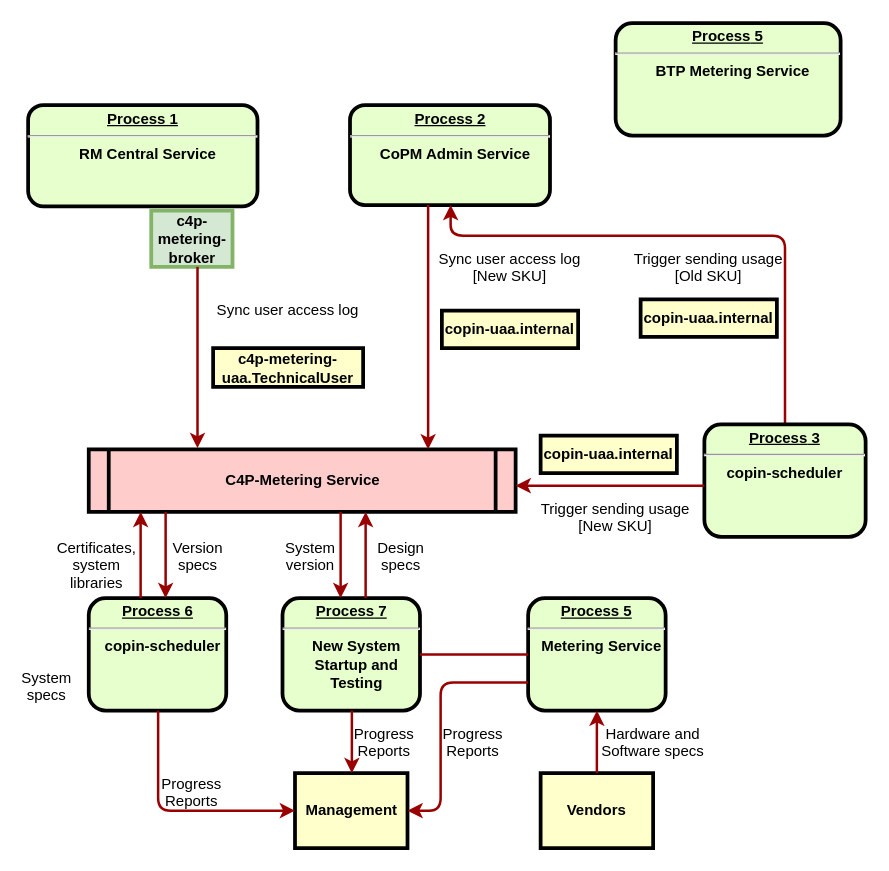
Above: Untitled Diagram.drawio in KarenChen96/ABAP (draw.io), before the change. Source tidied: cells renumbered, new cells numbered last; positions are measured from the earlier drawing's top-left corner, leaving out a move shared by most shapes. Both pictures are drawn from the tidied source at 125%, with x=0, y=0 at pixel (28, 22).
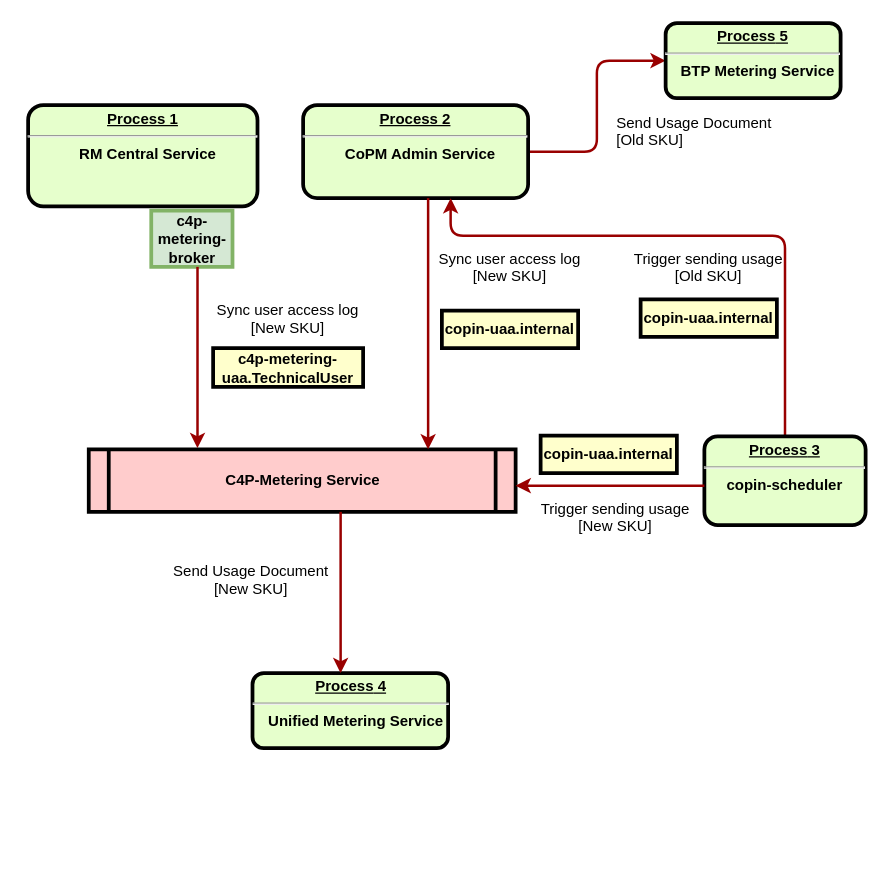
The same page after the edit.

Unchanged cells that the change refers to:
```xml
<mxCell id="4" value="C4P-Metering Service" style="shape=process;whiteSpace=wrap;align=center;verticalAlign=middle;size=0.0475;fontStyle=1;strokeWidth=3;fillColor=#FFCCCC;" parent="1" vertex="1">
  <mxGeometry x="48.5" y="341" width="341.5" height="50" as="geometry" />
</mxCell>
```

The edit, as a diff of the source:
```diff
@@
+    <mxCell id="43" style="edgeStyle=orthogonalEdgeStyle;rounded=1;jettySize=auto;html=1;entryX=0;entryY=0.5;entryDx=0;entryDy=0;strokeColor=#990000;strokeWidth=2;" parent="1" edge="1" source="5" target="42">
+      <mxGeometry relative="1" as="geometry" />
+    </mxCell>
     <mxCell id="5" value="&lt;p style=&quot;margin: 0px; margin-top: 4px; text-align: center; text-decoration: underline;&quot;&gt;&lt;strong&gt;Process 2&lt;br&gt;&lt;/strong&gt;&lt;/p&gt;&lt;hr&gt;&lt;p style=&quot;margin: 0px; margin-left: 8px;&quot;&gt;CoPM Admin Service&lt;br&gt;&lt;/p&gt;" style="verticalAlign=middle;align=center;overflow=fill;fontSize=12;fontFamily=Helvetica;html=1;rounded=1;fontStyle=1;strokeWidth=3;fillColor=#E6FFCC;" parent="1" vertex="1">
-      <mxGeometry x="257.5" y="65.5" width="160" height="80" as="geometry" />
+      <mxGeometry x="220" y="65.5" width="180" height="74.5" as="geometry" />
     </mxCell>
@@
     <mxCell id="7" value="&lt;p style=&quot;margin: 0px; margin-top: 4px; text-align: center; text-decoration: underline;&quot;&gt;&lt;strong&gt;&lt;strong&gt;Process&lt;/strong&gt; 3&lt;br&gt;&lt;/strong&gt;&lt;/p&gt;&lt;hr&gt;copin-scheduler" style="verticalAlign=middle;align=center;overflow=fill;fontSize=12;fontFamily=Helvetica;html=1;rounded=1;fontStyle=1;strokeWidth=3;fillColor=#E6FFCC;" parent="1" vertex="1">
-      <mxGeometry x="541" y="321" width="129" height="90" as="geometry" />
+      <mxGeometry x="541" y="330.5" width="129" height="71" as="geometry" />
     </mxCell>
-    <mxCell id="8" value="&lt;p style=&quot;margin: 0px; margin-top: 4px; text-align: center; text-decoration: underline;&quot;&gt;&lt;strong&gt;&lt;strong&gt;Process&lt;/strong&gt; 5&lt;br&gt;&lt;/strong&gt;&lt;/p&gt;&lt;hr&gt;&lt;p style=&quot;margin: 0px; margin-left: 8px;&quot;&gt;Metering Service&lt;/p&gt;" style="verticalAlign=middle;align=center;overflow=fill;fontSize=12;fontFamily=Helvetica;html=1;rounded=1;fontStyle=1;strokeWidth=3;fillColor=#E6FFCC;" parent="1" vertex="1">
-      <mxGeometry x="400" y="460" width="110" height="90" as="geometry" />
-    </mxCell>
-    <mxCell id="9" value="&lt;p style=&quot;margin: 0px; margin-top: 4px; text-align: center; text-decoration: underline;&quot;&gt;&lt;strong&gt;&lt;strong&gt;Process&lt;/strong&gt; 6&lt;br&gt;&lt;/strong&gt;&lt;/p&gt;&lt;hr&gt;&lt;p style=&quot;margin: 0px; margin-left: 8px;&quot;&gt;copin-scheduler&lt;/p&gt;" style="verticalAlign=middle;align=center;overflow=fill;fontSize=12;fontFamily=Helvetica;html=1;rounded=1;fontStyle=1;strokeWidth=3;fillColor=#E6FFCC;" parent="1" vertex="1">
-      <mxGeometry x="48.5" y="460" width="110" height="90" as="geometry" />
-    </mxCell>
-    <mxCell id="10" value="Management" style="whiteSpace=wrap;align=center;verticalAlign=middle;fontStyle=1;strokeWidth=3;fillColor=#FFFFCC;" parent="1" vertex="1">
-      <mxGeometry x="213.5" y="600" width="90" height="60" as="geometry" />
-    </mxCell>
@@
-    <mxCell id="12" value="Vendors" style="whiteSpace=wrap;align=center;verticalAlign=middle;fontStyle=1;strokeWidth=3;fillColor=#FFFFCC;" parent="1" vertex="1">
-      <mxGeometry x="410" y="600" width="90" height="60" as="geometry" />
-    </mxCell>
-    <mxCell id="13" value="&lt;p style=&quot;margin: 0px; margin-top: 4px; text-align: center; text-decoration: underline;&quot;&gt;&lt;strong&gt;&lt;strong&gt;Process&lt;/strong&gt; 7&lt;br /&gt;&lt;/strong&gt;&lt;/p&gt;&lt;hr /&gt;&lt;p style=&quot;margin: 0px; margin-left: 8px;&quot;&gt;New System&lt;/p&gt;&lt;p style=&quot;margin: 0px; margin-left: 8px;&quot;&gt;Startup and&lt;/p&gt;&lt;p style=&quot;margin: 0px; margin-left: 8px;&quot;&gt;Testing&lt;/p&gt;" style="verticalAlign=middle;align=center;overflow=fill;fontSize=12;fontFamily=Helvetica;html=1;rounded=1;fontStyle=1;strokeWidth=3;fillColor=#E6FFCC;" parent="1" vertex="1">
-      <mxGeometry x="203.5" y="460" width="110" height="90" as="geometry" />
+    <mxCell id="13" value="&lt;p style=&quot;margin: 0px; margin-top: 4px; text-align: center; text-decoration: underline;&quot;&gt;&lt;strong&gt;&lt;strong&gt;Process&lt;/strong&gt;&amp;nbsp;4&lt;br&gt;&lt;/strong&gt;&lt;/p&gt;&lt;hr&gt;&lt;p style=&quot;margin: 0px; margin-left: 8px;&quot;&gt;Unified Metering Service&lt;/p&gt;" style="verticalAlign=middle;align=center;overflow=fill;fontSize=12;fontFamily=Helvetica;html=1;rounded=1;fontStyle=1;strokeWidth=3;fillColor=#E6FFCC;" parent="1" vertex="1">
+      <mxGeometry x="179.5" y="520" width="156.5" height="60" as="geometry" />
     </mxCell>
-    <mxCell id="14" style="endArrow=none;noEdgeStyle=1;strokeColor=#990000;strokeWidth=2;" parent="1" edge="1" source="8" target="13">
-      <mxGeometry relative="1" as="geometry" />
-    </mxCell>
@@
-    <mxCell id="19" style="edgeStyle=elbowEdgeStyle;elbow=horizontal;strokeColor=#990000;strokeWidth=2;" parent="1" edge="1" source="12" target="8">
-      <mxGeometry relative="1" as="geometry" />
-    </mxCell>
-    <mxCell id="20" value="Hardware and&#10;Software specs" style="text;spacingTop=-5;align=center;" parent="1" vertex="1">
-      <mxGeometry x="485" y="560" width="30" height="20" as="geometry" />
-    </mxCell>
-    <mxCell id="21" style="edgeStyle=elbowEdgeStyle;elbow=horizontal;exitX=0;exitY=0.75;strokeColor=#990000;strokeWidth=2;" parent="1" edge="1" source="8" target="10">
-      <mxGeometry relative="1" as="geometry">
-        <Array as="points">
-          <mxPoint x="330" y="580" />
-        </Array>
-      </mxGeometry>
-    </mxCell>
-    <mxCell id="22" value="Progress&#10;Reports" style="text;spacingTop=-5;align=center;" parent="1" vertex="1">
-      <mxGeometry x="341" y="560" width="30" height="20" as="geometry" />
-    </mxCell>
-    <mxCell id="23" style="edgeStyle=elbowEdgeStyle;elbow=horizontal;strokeColor=#990000;strokeWidth=2;" parent="1" edge="1" source="13" target="10">
-      <mxGeometry relative="1" as="geometry" />
-    </mxCell>
-    <mxCell id="24" value="Progress&#10;Reports" style="text;spacingTop=-5;align=center;" parent="1" vertex="1">
-      <mxGeometry x="270" y="560" width="30" height="20" as="geometry" />
-    </mxCell>
-    <mxCell id="25" style="edgeStyle=elbowEdgeStyle;elbow=horizontal;strokeColor=#990000;strokeWidth=2;" parent="1" edge="1" source="9" target="10">
-      <mxGeometry relative="1" as="geometry">
-        <Array as="points">
-          <mxPoint x="104" y="580" />
-        </Array>
-      </mxGeometry>
-    </mxCell>
-    <mxCell id="26" value="Progress&#10;Reports" style="text;spacingTop=-5;align=center;" parent="1" vertex="1">
-      <mxGeometry x="116" y="600" width="30" height="20" as="geometry" />
-    </mxCell>
@@
-    <mxCell id="28" style="edgeStyle=elbowEdgeStyle;elbow=horizontal;strokeColor=#990000;strokeWidth=2;" parent="1" edge="1" source="13" target="4">
-      <mxGeometry relative="1" as="geometry">
-        <Array as="points">
-          <mxPoint x="270" y="420" />
-        </Array>
-      </mxGeometry>
-    </mxCell>
-    <mxCell id="29" value="Version&#10;specs" style="text;spacingTop=-5;align=center;" parent="1" vertex="1">
-      <mxGeometry x="121" y="411" width="30" height="20" as="geometry" />
-    </mxCell>
-    <mxCell id="30" value="Certificates,&#10;system&#10;libraries" style="text;spacingTop=-5;align=center;" parent="1" vertex="1">
-      <mxGeometry x="40" y="411" width="30" height="20" as="geometry" />
-    </mxCell>
-    <mxCell id="31" style="edgeStyle=elbowEdgeStyle;elbow=horizontal;strokeColor=#990000;strokeWidth=2;" parent="1" edge="1" source="4" target="9">
-      <mxGeometry relative="1" as="geometry">
-        <Array as="points">
-          <mxPoint x="110" y="420" />
-        </Array>
-      </mxGeometry>
-    </mxCell>
-    <mxCell id="32" style="edgeStyle=elbowEdgeStyle;elbow=horizontal;strokeColor=#990000;strokeWidth=2;" parent="1" edge="1" source="9" target="4">
-      <mxGeometry relative="1" as="geometry">
-        <Array as="points">
-          <mxPoint x="90" y="420" />
-        </Array>
-      </mxGeometry>
-    </mxCell>
-    <mxCell id="33" value="System&#10;specs" style="text;spacingTop=-5;align=center;" parent="1" vertex="1">
-      <mxGeometry y="515" width="30" height="20" as="geometry" />
-    </mxCell>
-    <mxCell id="34" value="Design&#10;specs" style="text;spacingTop=-5;align=center;" parent="1" vertex="1">
-      <mxGeometry x="283.5" y="411" width="30" height="20" as="geometry" />
-    </mxCell>
-    <mxCell id="35" value="System&#10;version" style="text;spacingTop=-5;align=center;" parent="1" vertex="1">
-      <mxGeometry x="211" y="411" width="30" height="20" as="geometry" />
+    <mxCell id="35" value="Send Usage Document&#10;[New SKU]" style="text;spacingTop=-5;align=center;" parent="1" vertex="1">
+      <mxGeometry x="163.5" y="430" width="30" height="20" as="geometry" />
     </mxCell>
@@
-    <mxCell id="37" value="Sync user access log" style="text;spacingTop=-5;align=center;" parent="1" vertex="1">
+    <mxCell id="37" value="Sync user access log&#10;[New SKU]" style="text;spacingTop=-5;align=center;" parent="1" vertex="1">
       <mxGeometry x="158.5" y="221" width="99" height="20" as="geometry" />
     </mxCell>
@@
     <mxCell id="42" value="&lt;p style=&quot;margin: 0px; margin-top: 4px; text-align: center; text-decoration: underline;&quot;&gt;&lt;strong&gt;&lt;strong&gt;Process&lt;/strong&gt; 5&lt;br&gt;&lt;/strong&gt;&lt;/p&gt;&lt;hr&gt;&lt;p style=&quot;margin: 0px; margin-left: 8px;&quot;&gt;BTP Metering Service&lt;/p&gt;" style="verticalAlign=middle;align=center;overflow=fill;fontSize=12;fontFamily=Helvetica;html=1;rounded=1;fontStyle=1;strokeWidth=3;fillColor=#E6FFCC;" parent="1" vertex="1">
-      <mxGeometry x="470" width="180" height="90" as="geometry" />
+      <mxGeometry x="510" width="140" height="60" as="geometry" />
     </mxCell>
+    <mxCell id="44" value="Send Usage Document&lt;br style=&quot;border-color: var(--border-color); padding: 0px; margin: 0px; text-align: center;&quot;&gt;&lt;span style=&quot;text-align: center;&quot;&gt;[Old SKU]&lt;/span&gt;" style="text;whiteSpace=wrap;html=1;" parent="1" vertex="1">
+      <mxGeometry x="469" y="65.5" width="130" height="40" as="geometry" />
+    </mxCell>
```
